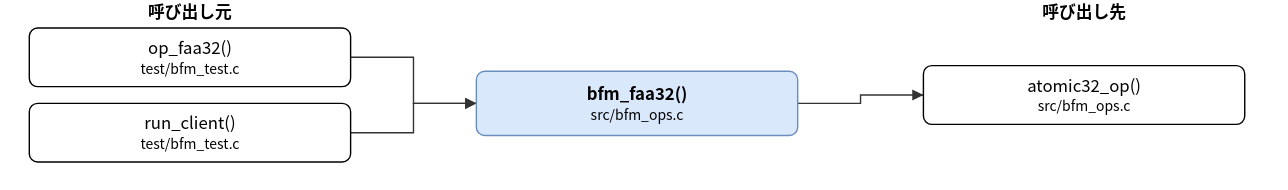
Earlier version of the draw.io export doc/spec/images/call_src_bfm_ops-bfm_faa32.drawio.svg (hf355051012-ai/bfmem). Source tidied: cells renumbered, new cells last; positions are measured from the earlier drawing's top-left corner, leaving out a move shared by most shapes. Source of this version:
```xml
<mxGraphModel>
  <root>
    <mxCell id="0" />
    <mxCell id="1" parent="0" />
    <mxCell id="2" value="bfm_faa32()&lt;br&gt;&lt;font style=&quot;font-size:10px&quot;&gt;src/bfm_ops.c&lt;/font&gt;" style="rounded=1;whiteSpace=wrap;html=1;fillColor=#dae8fc;strokeColor=#6c8ebf;fontStyle=1;" parent="1" vertex="1">
      <mxGeometry x="320" y="51" width="230" height="46" as="geometry" />
    </mxCell>
    <mxCell id="3" value="op_faa32()&lt;br&gt;&lt;font style=&quot;font-size:10px&quot;&gt;test/bfm_test.c&lt;/font&gt;" style="rounded=1;whiteSpace=wrap;html=1;" parent="1" vertex="1">
      <mxGeometry y="20" width="230" height="42" as="geometry" />
    </mxCell>
    <mxCell id="4" value="run_client()&lt;br&gt;&lt;font style=&quot;font-size:10px&quot;&gt;test/bfm_test.c&lt;/font&gt;" style="rounded=1;whiteSpace=wrap;html=1;" parent="1" vertex="1">
      <mxGeometry y="74" width="230" height="42" as="geometry" />
    </mxCell>
    <mxCell id="5" value="atomic32_op()&lt;br&gt;&lt;font style=&quot;font-size:10px&quot;&gt;src/bfm_ops.c&lt;/font&gt;" style="rounded=1;whiteSpace=wrap;html=1;" parent="1" vertex="1">
      <mxGeometry x="640" y="47" width="230" height="42" as="geometry" />
    </mxCell>
    <mxCell id="6" style="edgeStyle=none;html=1;rounded=0;endArrow=block;endFill=1;exitX=1.0000;exitY=0.5000;exitDx=0;exitDy=0;exitPerimeter=0;entryX=0.0000;entryY=0.5000;entryDx=0;entryDy=0;entryPerimeter=0;" parent="1" edge="1" source="3" target="2">
      <mxGeometry relative="1" as="geometry">
        <Array as="points">
          <mxPoint x="275" y="41" />
          <mxPoint x="275" y="74" />
        </Array>
      </mxGeometry>
    </mxCell>
    <mxCell id="7" style="edgeStyle=none;html=1;rounded=0;endArrow=block;endFill=1;exitX=1.0000;exitY=0.5000;exitDx=0;exitDy=0;exitPerimeter=0;entryX=0.0000;entryY=0.5000;entryDx=0;entryDy=0;entryPerimeter=0;" parent="1" edge="1" source="4" target="2">
      <mxGeometry relative="1" as="geometry">
        <Array as="points">
          <mxPoint x="275" y="95" />
          <mxPoint x="275" y="74" />
        </Array>
      </mxGeometry>
    </mxCell>
    <mxCell id="8" style="edgeStyle=none;html=1;rounded=0;endArrow=block;endFill=1;exitX=1.0000;exitY=0.5000;exitDx=0;exitDy=0;exitPerimeter=0;entryX=0.0000;entryY=0.5000;entryDx=0;entryDy=0;entryPerimeter=0;" parent="1" edge="1" source="2" target="5">
      <mxGeometry relative="1" as="geometry">
        <Array as="points">
          <mxPoint x="595" y="74" />
          <mxPoint x="595" y="68" />
        </Array>
      </mxGeometry>
    </mxCell>
    <mxCell id="9" value="呼び出し元" style="text;html=1;align=center;fontStyle=1;" parent="1" vertex="1">
      <mxGeometry x="35" width="160" height="18" as="geometry" />
    </mxCell>
    <mxCell id="10" value="呼び出し先" style="text;html=1;align=center;fontStyle=1;" parent="1" vertex="1">
      <mxGeometry x="675" width="160" height="18" as="geometry" />
    </mxCell>
  </root>
</mxGraphModel>
```
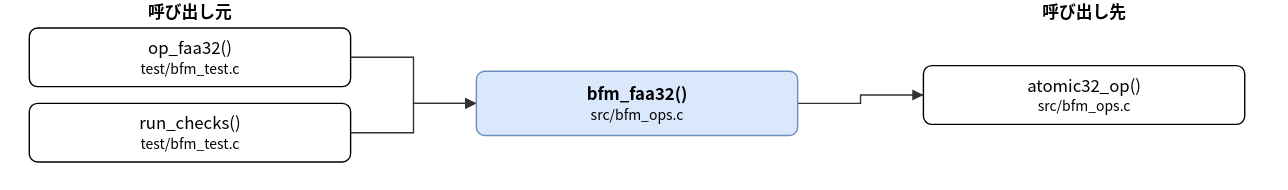
Later version of the same file.

Diff of the diagram source:
```diff
@@ -8,7 +8,7 @@
     <mxCell id="3" value="op_faa32()&lt;br&gt;&lt;font style=&quot;font-size:10px&quot;&gt;test/bfm_test.c&lt;/font&gt;" style="rounded=1;whiteSpace=wrap;html=1;" parent="1" vertex="1">
       <mxGeometry y="20" width="230" height="42" as="geometry" />
     </mxCell>
-    <mxCell id="4" value="run_client()&lt;br&gt;&lt;font style=&quot;font-size:10px&quot;&gt;test/bfm_test.c&lt;/font&gt;" style="rounded=1;whiteSpace=wrap;html=1;" parent="1" vertex="1">
+    <mxCell id="4" value="run_checks()&lt;br&gt;&lt;font style=&quot;font-size:10px&quot;&gt;test/bfm_test.c&lt;/font&gt;" style="rounded=1;whiteSpace=wrap;html=1;" parent="1" vertex="1">
       <mxGeometry y="74" width="230" height="42" as="geometry" />
     </mxCell>
     <mxCell id="5" value="atomic32_op()&lt;br&gt;&lt;font style=&quot;font-size:10px&quot;&gt;src/bfm_ops.c&lt;/font&gt;" style="rounded=1;whiteSpace=wrap;html=1;" parent="1" vertex="1">
```
